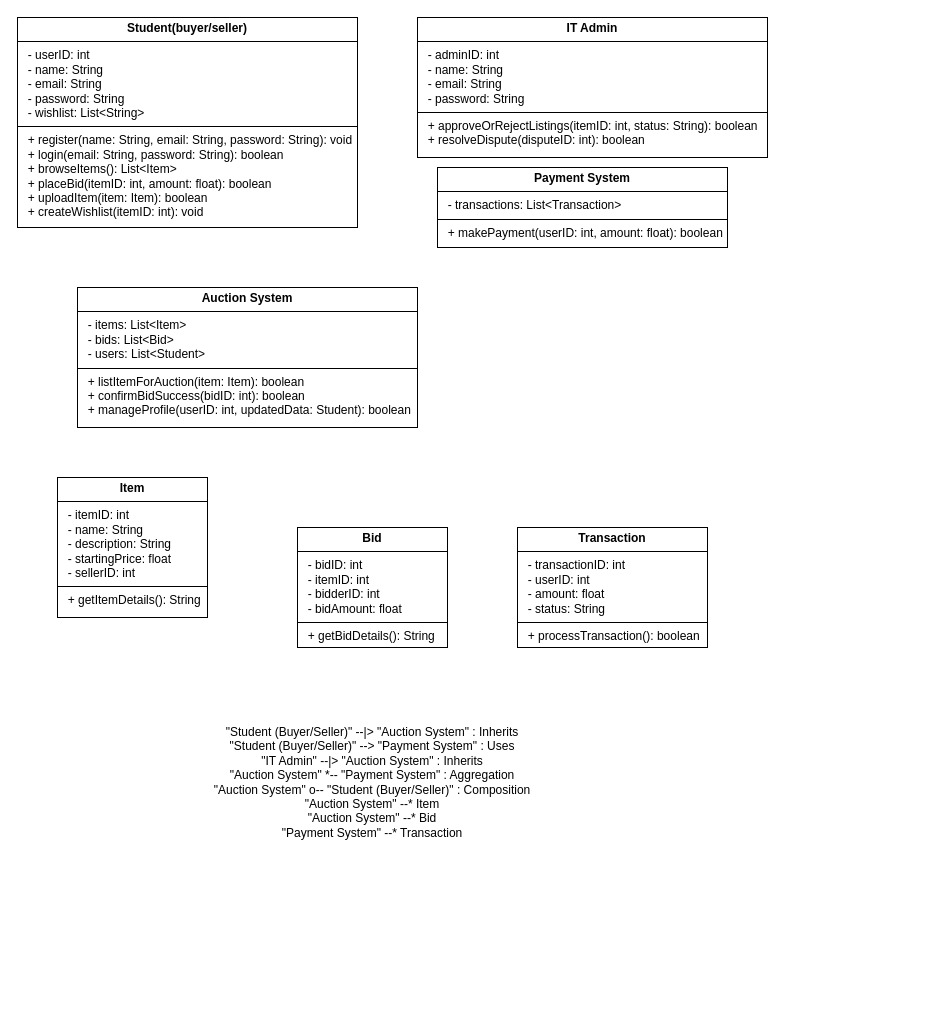
Before: Untitled Diagram.drawio in Abhilash31304/auction_BidBox, a draw.io diagram. Source tidied: cells renumbered, new cells numbered last; positions are measured from the earlier drawing's top-left corner, leaving out a move shared by most shapes. Both pictures are drawn from the tidied source at 100%, with x=0, y=0 at pixel (17, 17).
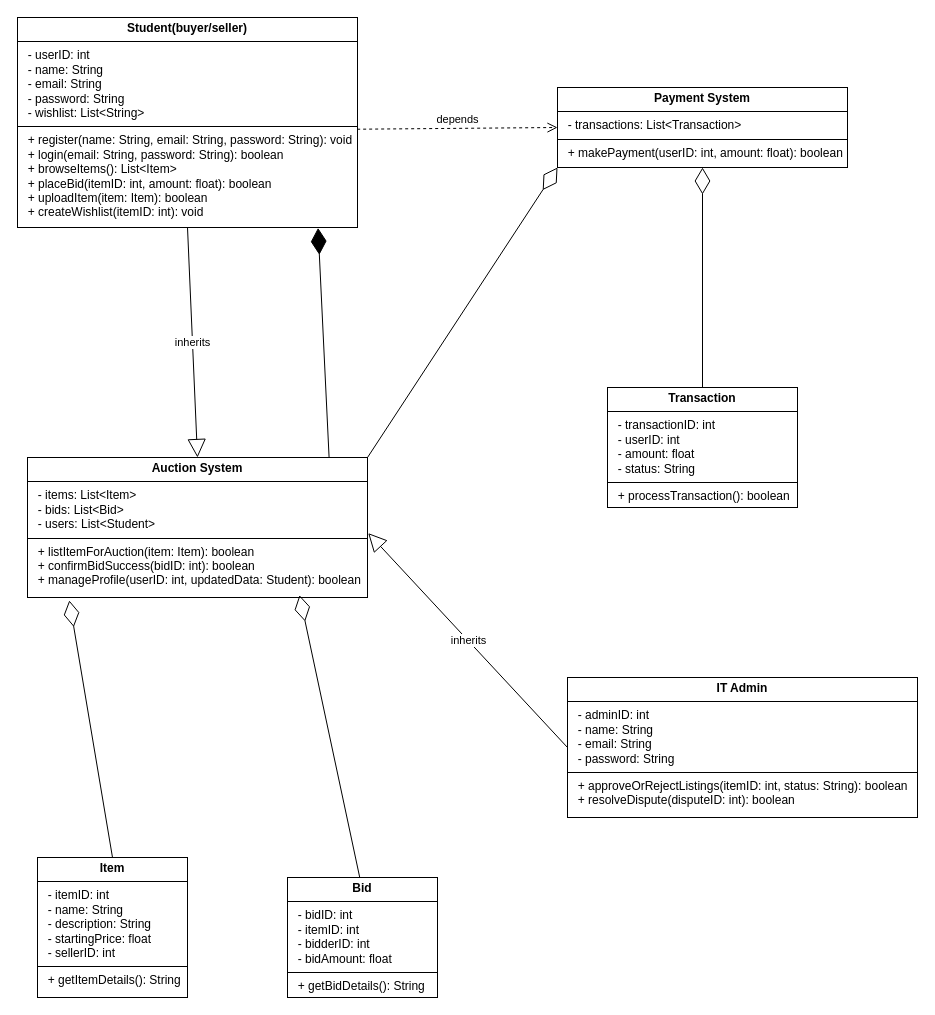
The same diagram, later.

Commit message:
UML_Diagram

The edit, as a diff of the source:
```diff
@@
 <mxGraphModel>
   <root>
     <mxCell id="0" />
     <mxCell id="1" parent="0" />
     <mxCell id="2" value="&lt;p style=&quot;margin:0px;margin-top:4px;text-align:center;&quot;&gt;&lt;b&gt;Student(buyer/seller)&lt;/b&gt;&lt;/p&gt;&lt;hr size=&quot;1&quot; style=&quot;border-style:solid;&quot;&gt;&lt;p style=&quot;margin:0px;margin-left:4px;&quot;&gt;&amp;nbsp; - userID: int&lt;/p&gt;&lt;p style=&quot;margin:0px;margin-left:4px;&quot;&gt;&amp;nbsp; - name: String&lt;/p&gt;&lt;p style=&quot;margin:0px;margin-left:4px;&quot;&gt;&amp;nbsp; - email: String&lt;/p&gt;&lt;p style=&quot;margin:0px;margin-left:4px;&quot;&gt;&amp;nbsp; - password: String&lt;/p&gt;&lt;p style=&quot;margin:0px;margin-left:4px;&quot;&gt;&amp;nbsp; - wishlist: List&amp;lt;String&amp;gt;&lt;/p&gt;&lt;hr size=&quot;1&quot; style=&quot;border-style:solid;&quot;&gt;&lt;p style=&quot;margin:0px;margin-left:4px;&quot;&gt;&amp;nbsp; + register(name: String, email: String, password: String): void&lt;/p&gt;&lt;p style=&quot;margin:0px;margin-left:4px;&quot;&gt;&amp;nbsp; + login(email: String, password: String): boolean&lt;/p&gt;&lt;p style=&quot;margin:0px;margin-left:4px;&quot;&gt;&amp;nbsp; + browseItems(): List&amp;lt;Item&amp;gt;&lt;/p&gt;&lt;p style=&quot;margin:0px;margin-left:4px;&quot;&gt;&amp;nbsp; + placeBid(itemID: int, amount: float): boolean&lt;/p&gt;&lt;p style=&quot;margin:0px;margin-left:4px;&quot;&gt;&amp;nbsp; + uploadItem(item: Item): boolean&lt;/p&gt;&lt;p style=&quot;margin:0px;margin-left:4px;&quot;&gt;&amp;nbsp; + createWishlist(itemID: int): void&lt;/p&gt;" style="verticalAlign=top;align=left;overflow=fill;html=1;whiteSpace=wrap;" parent="1" vertex="1">
       <mxGeometry width="340" height="210" as="geometry" />
     </mxCell>
     <mxCell id="3" value="&lt;p style=&quot;margin:0px;margin-top:4px;text-align:center;&quot;&gt;&lt;b&gt;IT Admin&lt;/b&gt;&lt;/p&gt;&lt;hr size=&quot;1&quot; style=&quot;border-style:solid;&quot;&gt;&lt;p style=&quot;margin:0px;margin-left:4px;&quot;&gt;&amp;nbsp; - adminID: int&lt;/p&gt;&lt;p style=&quot;margin:0px;margin-left:4px;&quot;&gt;&amp;nbsp; - name: String&lt;/p&gt;&lt;p style=&quot;margin:0px;margin-left:4px;&quot;&gt;&amp;nbsp; - email: String&lt;/p&gt;&lt;p style=&quot;margin:0px;margin-left:4px;&quot;&gt;&amp;nbsp; - password: String&lt;/p&gt;&lt;hr size=&quot;1&quot; style=&quot;border-style:solid;&quot;&gt;&lt;p style=&quot;margin:0px;margin-left:4px;&quot;&gt;&amp;nbsp; + approveOrRejectListings(itemID: int, status: String): boolean&lt;/p&gt;&lt;p style=&quot;margin:0px;margin-left:4px;&quot;&gt;&amp;nbsp; + resolveDispute(disputeID: int): boolean&lt;/p&gt;" style="verticalAlign=top;align=left;overflow=fill;html=1;whiteSpace=wrap;" parent="1" vertex="1">
-      <mxGeometry x="400" width="350" height="140" as="geometry" />
+      <mxGeometry x="550" y="660" width="350" height="140" as="geometry" />
     </mxCell>
     <mxCell id="4" value="&lt;p style=&quot;margin:0px;margin-top:4px;text-align:center;&quot;&gt;&lt;b&gt;Auction System&lt;/b&gt;&lt;/p&gt;&lt;hr size=&quot;1&quot; style=&quot;border-style:solid;&quot;&gt;&lt;p style=&quot;margin:0px;margin-left:4px;&quot;&gt;&amp;nbsp; - items: List&amp;lt;Item&amp;gt;&lt;/p&gt;&lt;p style=&quot;margin:0px;margin-left:4px;&quot;&gt;&amp;nbsp; - bids: List&amp;lt;Bid&amp;gt;&lt;/p&gt;&lt;p style=&quot;margin:0px;margin-left:4px;&quot;&gt;&amp;nbsp; - users: List&amp;lt;Student&amp;gt;&lt;/p&gt;&lt;hr size=&quot;1&quot; style=&quot;border-style:solid;&quot;&gt;&lt;p style=&quot;margin:0px;margin-left:4px;&quot;&gt;&amp;nbsp; + listItemForAuction(item: Item): boolean&lt;/p&gt;&lt;p style=&quot;margin:0px;margin-left:4px;&quot;&gt;&amp;nbsp; + confirmBidSuccess(bidID: int): boolean&lt;/p&gt;&lt;p style=&quot;margin:0px;margin-left:4px;&quot;&gt;&amp;nbsp; + manageProfile(userID: int, updatedData: Student): boolean&lt;/p&gt;" style="verticalAlign=top;align=left;overflow=fill;html=1;whiteSpace=wrap;" parent="1" vertex="1">
-      <mxGeometry x="60" y="270" width="340" height="140" as="geometry" />
+      <mxGeometry x="10" y="440" width="340" height="140" as="geometry" />
     </mxCell>
     <mxCell id="5" value="&lt;p style=&quot;margin:0px;margin-top:4px;text-align:center;&quot;&gt;&lt;b&gt;Payment System&lt;/b&gt;&lt;/p&gt;&lt;hr size=&quot;1&quot; style=&quot;border-style:solid;&quot;&gt;&lt;p style=&quot;margin:0px;margin-left:4px;&quot;&gt;&amp;nbsp; - transactions: List&amp;lt;Transaction&amp;gt;&lt;/p&gt;&lt;hr size=&quot;1&quot; style=&quot;border-style:solid;&quot;&gt;&lt;p style=&quot;margin:0px;margin-left:4px;&quot;&gt;&amp;nbsp; + makePayment(userID: int, amount: float): boolean&lt;/p&gt;" style="verticalAlign=top;align=left;overflow=fill;html=1;whiteSpace=wrap;" parent="1" vertex="1">
-      <mxGeometry x="420" y="150" width="290" height="80" as="geometry" />
+      <mxGeometry x="540" y="70" width="290" height="80" as="geometry" />
     </mxCell>
     <mxCell id="6" value="&lt;p style=&quot;margin:0px;margin-top:4px;text-align:center;&quot;&gt;&lt;b&gt;Item&lt;/b&gt;&lt;/p&gt;&lt;hr size=&quot;1&quot; style=&quot;border-style:solid;&quot;&gt;&lt;p style=&quot;margin:0px;margin-left:4px;&quot;&gt;&amp;nbsp; - itemID: int&lt;/p&gt;&lt;p style=&quot;margin:0px;margin-left:4px;&quot;&gt;&amp;nbsp; - name: String&lt;/p&gt;&lt;p style=&quot;margin:0px;margin-left:4px;&quot;&gt;&amp;nbsp; - description: String&lt;/p&gt;&lt;p style=&quot;margin:0px;margin-left:4px;&quot;&gt;&amp;nbsp; - startingPrice: float&lt;/p&gt;&lt;p style=&quot;margin:0px;margin-left:4px;&quot;&gt;&amp;nbsp; - sellerID: int&lt;/p&gt;&lt;hr size=&quot;1&quot; style=&quot;border-style:solid;&quot;&gt;&lt;p style=&quot;margin:0px;margin-left:4px;&quot;&gt;&amp;nbsp; + getItemDetails(): String&lt;/p&gt;" style="verticalAlign=top;align=left;overflow=fill;html=1;whiteSpace=wrap;" parent="1" vertex="1">
-      <mxGeometry x="40" y="460" width="150" height="140" as="geometry" />
+      <mxGeometry x="20" y="840" width="150" height="140" as="geometry" />
     </mxCell>
     <mxCell id="7" value="&lt;p style=&quot;margin:0px;margin-top:4px;text-align:center;&quot;&gt;&lt;b&gt;Bid&lt;/b&gt;&lt;/p&gt;&lt;hr size=&quot;1&quot; style=&quot;border-style:solid;&quot;&gt;&lt;p style=&quot;margin:0px;margin-left:4px;&quot;&gt;&amp;nbsp; - bidID: int&lt;/p&gt;&lt;p style=&quot;margin:0px;margin-left:4px;&quot;&gt;&amp;nbsp; - itemID: int&lt;/p&gt;&lt;p style=&quot;margin:0px;margin-left:4px;&quot;&gt;&amp;nbsp; - bidderID: int&lt;/p&gt;&lt;p style=&quot;margin:0px;margin-left:4px;&quot;&gt;&amp;nbsp; - bidAmount: float&lt;/p&gt;&lt;hr size=&quot;1&quot; style=&quot;border-style:solid;&quot;&gt;&lt;p style=&quot;margin:0px;margin-left:4px;&quot;&gt;&amp;nbsp; + getBidDetails(): String&lt;/p&gt;" style="verticalAlign=top;align=left;overflow=fill;html=1;whiteSpace=wrap;" parent="1" vertex="1">
-      <mxGeometry x="280" y="510" width="150" height="120" as="geometry" />
+      <mxGeometry x="270" y="860" width="150" height="120" as="geometry" />
     </mxCell>
     <mxCell id="8" value="&lt;p style=&quot;margin:0px;margin-top:4px;text-align:center;&quot;&gt;&lt;b&gt;Transaction&lt;/b&gt;&lt;/p&gt;&lt;hr size=&quot;1&quot; style=&quot;border-style:solid;&quot;&gt;&lt;p style=&quot;margin:0px;margin-left:4px;&quot;&gt;&amp;nbsp; - transactionID: int&lt;/p&gt;&lt;p style=&quot;margin:0px;margin-left:4px;&quot;&gt;&amp;nbsp; - userID: int&lt;/p&gt;&lt;p style=&quot;margin:0px;margin-left:4px;&quot;&gt;&amp;nbsp; - amount: float&lt;/p&gt;&lt;p style=&quot;margin:0px;margin-left:4px;&quot;&gt;&amp;nbsp; - status: String&lt;/p&gt;&lt;hr size=&quot;1&quot; style=&quot;border-style:solid;&quot;&gt;&lt;p style=&quot;margin:0px;margin-left:4px;&quot;&gt;&amp;nbsp; + processTransaction(): boolean&lt;/p&gt;" style="verticalAlign=top;align=left;overflow=fill;html=1;whiteSpace=wrap;" parent="1" vertex="1">
-      <mxGeometry x="500" y="510" width="190" height="120" as="geometry" />
+      <mxGeometry x="590" y="370" width="190" height="120" as="geometry" />
     </mxCell>
-    <mxCell id="9" value="&lt;div&gt;&quot;Student (Buyer/Seller)&quot; --|&amp;gt; &quot;Auction System&quot; : Inherits&lt;/div&gt;&lt;div&gt;&quot;Student (Buyer/Seller)&quot; --&amp;gt; &quot;Payment System&quot; : Uses&lt;/div&gt;&lt;div&gt;&quot;IT Admin&quot; --|&amp;gt; &quot;Auction System&quot; : Inherits&lt;/div&gt;&lt;div&gt;&quot;Auction System&quot; *-- &quot;Payment System&quot; : Aggregation&lt;/div&gt;&lt;div&gt;&quot;Auction System&quot; o-- &quot;Student (Buyer/Seller)&quot; : Composition&lt;/div&gt;&lt;div&gt;&quot;Auction System&quot; --* Item&lt;/div&gt;&lt;div&gt;&quot;Auction System&quot; --* Bid&lt;/div&gt;&lt;div&gt;&quot;Payment System&quot; --* Transaction&lt;/div&gt;" style="text;html=1;align=center;verticalAlign=middle;whiteSpace=wrap;rounded=0;" parent="1" vertex="1">
-      <mxGeometry x="180" y="690" width="350" height="150" as="geometry" />
-    </mxCell>
+    <mxCell id="10" value="inherits" style="endArrow=block;endSize=16;endFill=0;html=1;rounded=0;entryX=0.5;entryY=0;entryDx=0;entryDy=0;exitX=0.5;exitY=1;exitDx=0;exitDy=0;" parent="1" edge="1" source="2" target="4">
+      <mxGeometry relative="1" as="geometry" />
+    </mxCell>
+    <mxCell id="11" value="depends" style="html=1;verticalAlign=bottom;endArrow=open;dashed=1;endSize=8;curved=0;rounded=0;exitX=0.999;exitY=0.532;exitDx=0;exitDy=0;exitPerimeter=0;entryX=0;entryY=0.5;entryDx=0;entryDy=0;" parent="1" edge="1" source="2" target="5">
+      <mxGeometry relative="1" as="geometry" />
+    </mxCell>
+    <mxCell id="12" value="inherits" style="endArrow=block;endSize=16;endFill=0;html=1;rounded=0;entryX=1.002;entryY=0.54;entryDx=0;entryDy=0;exitX=0;exitY=0.5;exitDx=0;exitDy=0;entryPerimeter=0;" parent="1" edge="1" source="3" target="4">
+      <mxGeometry relative="1" as="geometry" />
+    </mxCell>
+    <mxCell id="13" style="endArrow=diamondThin;endFill=0;endSize=24;html=1;rounded=0;exitX=1;exitY=0;exitDx=0;exitDy=0;entryX=0;entryY=1;entryDx=0;entryDy=0;" parent="1" edge="1" source="4" target="5">
+      <mxGeometry relative="1" as="geometry" />
+    </mxCell>
+    <mxCell id="14" style="endArrow=diamondThin;endFill=1;endSize=24;html=1;rounded=0;entryX=0.884;entryY=1.002;entryDx=0;entryDy=0;entryPerimeter=0;exitX=0.887;exitY=-0.002;exitDx=0;exitDy=0;exitPerimeter=0;" parent="1" edge="1" source="4" target="2">
+      <mxGeometry relative="1" as="geometry" />
+    </mxCell>
+    <mxCell id="15" style="endArrow=diamondThin;endFill=0;endSize=24;html=1;rounded=0;exitX=0.5;exitY=0;exitDx=0;exitDy=0;entryX=0.123;entryY=1.021;entryDx=0;entryDy=0;entryPerimeter=0;" parent="1" edge="1" source="6" target="4">
+      <mxGeometry relative="1" as="geometry" />
+    </mxCell>
+    <mxCell id="16" style="endArrow=diamondThin;endFill=0;endSize=24;html=1;rounded=0;exitX=0.481;exitY=-0.004;exitDx=0;exitDy=0;entryX=0.8;entryY=0.983;entryDx=0;entryDy=0;entryPerimeter=0;exitPerimeter=0;" parent="1" edge="1" source="7" target="4">
+      <mxGeometry relative="1" as="geometry" />
+    </mxCell>
+    <mxCell id="17" style="endArrow=diamondThin;endFill=0;endSize=24;html=1;rounded=0;exitX=0.5;exitY=0;exitDx=0;exitDy=0;entryX=0.5;entryY=1;entryDx=0;entryDy=0;" parent="1" edge="1" source="8" target="5">
+      <mxGeometry relative="1" as="geometry" />
+    </mxCell>
   </root>
 </mxGraphModel>
```
